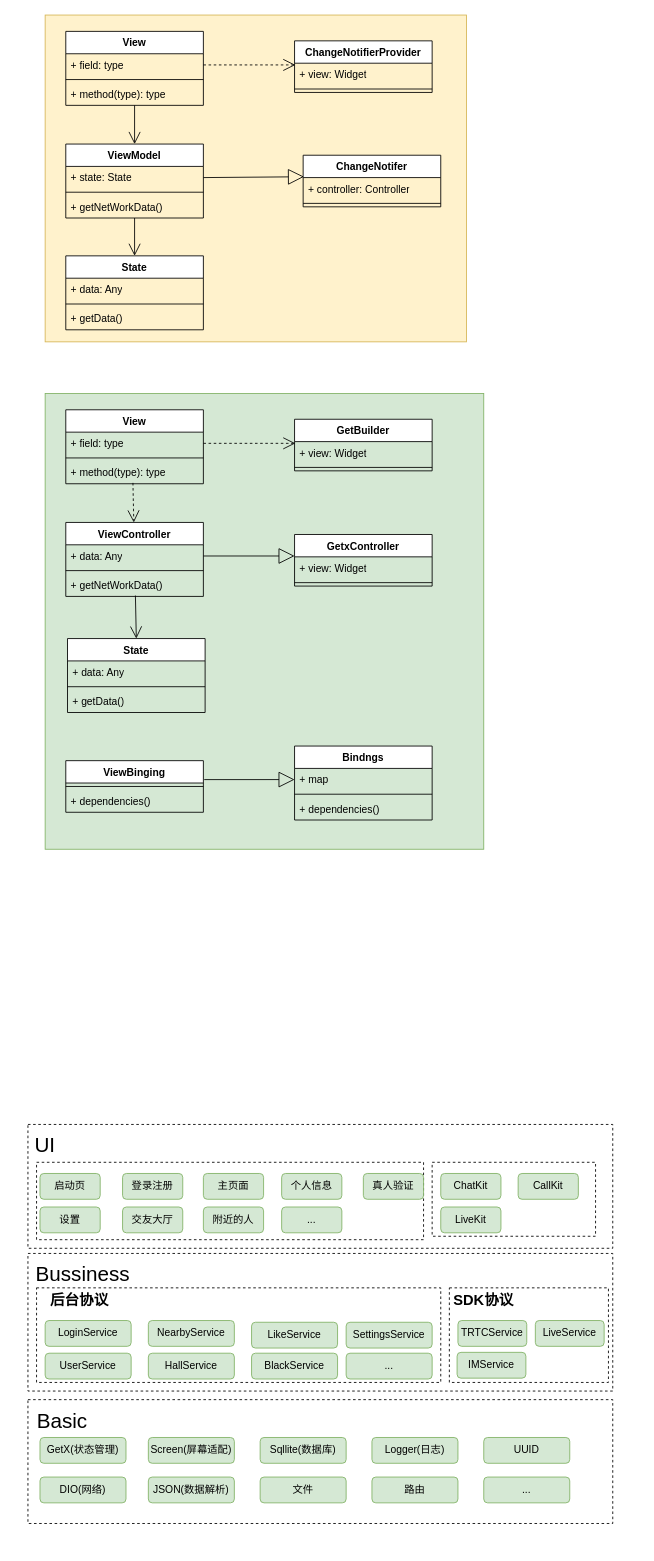
The draw.io diagram diagrams/1v1demo.drawio in paopaosecret/resources, before the edit. Source tidied: cells renumbered, new cells numbered last; positions are measured from the earlier drawing's top-left corner, leaving out a move shared by most shapes. Both pictures are drawn from the tidied source at 86%, with x=0, y=0 at pixel (19, 15).
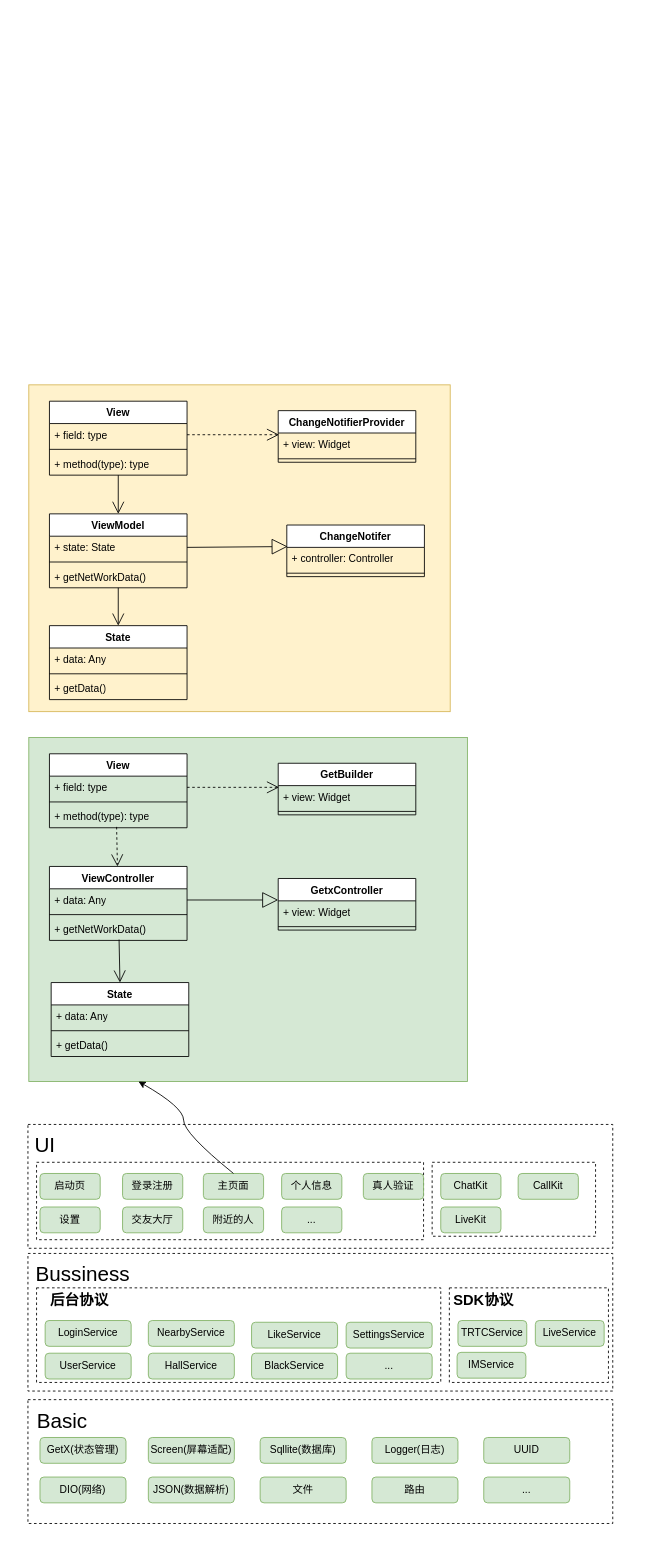
The same diagram, later.

Unchanged cells that the change refers to:
```xml
<mxCell id="95" value="主页面" style="rounded=1;whiteSpace=wrap;html=1;fillColor=#d5e8d4;strokeColor=#82b366;" parent="1" vertex="1">
  <mxGeometry x="214" y="1347" width="70" height="30" as="geometry" />
</mxCell>
```

Diff of the diagram source:
```diff
@@
     <mxCell id="2" style="rounded=0;whiteSpace=wrap;html=1;fillColor=#fff2cc;strokeColor=#d6b656;" parent="1" vertex="1">
-      <mxGeometry x="30" width="490" height="380" as="geometry" />
+      <mxGeometry x="11" y="430" width="490" height="380" as="geometry" />
     </mxCell>
     <mxCell id="3" value="View" style="swimlane;fontStyle=1;align=center;verticalAlign=top;horizontal=1;startSize=26;whiteSpace=wrap;html=1;" parent="1" vertex="1">
-      <mxGeometry x="54" y="19" width="160" height="86" as="geometry" />
+      <mxGeometry x="35" y="449" width="160" height="86" as="geometry" />
     </mxCell>
@@
     <mxCell id="7" value="ViewModel" style="swimlane;fontStyle=1;align=center;verticalAlign=top;horizontal=1;startSize=26;whiteSpace=wrap;html=1;" parent="1" vertex="1">
-      <mxGeometry x="54" y="150" width="160" height="86" as="geometry" />
+      <mxGeometry x="35" y="580" width="160" height="86" as="geometry" />
     </mxCell>
@@
     <mxCell id="12" value="State" style="swimlane;fontStyle=1;align=center;verticalAlign=top;horizontal=1;startSize=26;whiteSpace=wrap;html=1;" parent="1" vertex="1">
-      <mxGeometry x="54" y="280" width="160" height="86" as="geometry" />
+      <mxGeometry x="35" y="710" width="160" height="86" as="geometry" />
     </mxCell>
@@
     <mxCell id="17" value="ChangeNotifer" style="swimlane;fontStyle=1;align=center;verticalAlign=top;horizontal=1;startSize=26;whiteSpace=wrap;html=1;" parent="1" vertex="1">
-      <mxGeometry x="330" y="163" width="160" height="60" as="geometry" />
+      <mxGeometry x="311" y="593" width="160" height="60" as="geometry" />
     </mxCell>
@@
     <mxCell id="22" value="ChangeNotifierProvider" style="swimlane;fontStyle=1;align=center;verticalAlign=top;horizontal=1;startSize=26;whiteSpace=wrap;html=1;" parent="1" vertex="1">
-      <mxGeometry x="320" y="30" width="160" height="60" as="geometry" />
+      <mxGeometry x="301" y="460" width="160" height="60" as="geometry" />
     </mxCell>
@@
     <mxCell id="25" style="rounded=0;whiteSpace=wrap;html=1;fillColor=#d5e8d4;strokeColor=#82b366;" parent="1" vertex="1">
-      <mxGeometry x="30" y="440" width="510" height="530" as="geometry" />
+      <mxGeometry x="11" y="840" width="510" height="400" as="geometry" />
     </mxCell>
     <mxCell id="26" value="View" style="swimlane;fontStyle=1;align=center;verticalAlign=top;horizontal=1;startSize=26;whiteSpace=wrap;html=1;" parent="1" vertex="1">
-      <mxGeometry x="54" y="459" width="160" height="86" as="geometry" />
+      <mxGeometry x="35" y="859" width="160" height="86" as="geometry" />
     </mxCell>
@@
     <mxCell id="30" value="ViewController" style="swimlane;fontStyle=1;align=center;verticalAlign=top;horizontal=1;startSize=26;whiteSpace=wrap;html=1;" parent="1" vertex="1">
-      <mxGeometry x="54" y="590" width="160" height="86" as="geometry" />
+      <mxGeometry x="35" y="990" width="160" height="86" as="geometry" />
     </mxCell>
@@
     <mxCell id="36" value="GetBuilder" style="swimlane;fontStyle=1;align=center;verticalAlign=top;horizontal=1;startSize=26;whiteSpace=wrap;html=1;" parent="1" vertex="1">
-      <mxGeometry x="320" y="470" width="160" height="60" as="geometry" />
+      <mxGeometry x="301" y="870" width="160" height="60" as="geometry" />
     </mxCell>
@@
     <mxCell id="39" value="GetxController" style="swimlane;fontStyle=1;align=center;verticalAlign=top;horizontal=1;startSize=26;whiteSpace=wrap;html=1;" parent="1" vertex="1">
-      <mxGeometry x="320" y="604" width="160" height="60" as="geometry" />
+      <mxGeometry x="301" y="1004" width="160" height="60" as="geometry" />
     </mxCell>
@@
-    <mxCell id="42" value="ViewBinging" style="swimlane;fontStyle=1;align=center;verticalAlign=top;horizontal=1;startSize=26;whiteSpace=wrap;html=1;" parent="1" vertex="1">
-      <mxGeometry x="54" y="867" width="160" height="60" as="geometry" />
-    </mxCell>
-    <mxCell id="43" style="line;strokeWidth=1;fillColor=none;align=left;verticalAlign=middle;spacingTop=-1;spacingLeft=3;spacingRight=3;labelPosition=right;strokeColor=inherit;" parent="42" vertex="1">
-      <mxGeometry y="26" width="160" height="8" as="geometry" />
-    </mxCell>
-    <mxCell id="44" value="+&amp;nbsp;dependencies&lt;span style=&quot;background-color: initial;&quot;&gt;()&lt;/span&gt;" style="text;strokeColor=none;fillColor=none;align=left;verticalAlign=top;spacingLeft=4;spacingRight=4;overflow=hidden;whiteSpace=wrap;html=1;" parent="42" vertex="1">
-      <mxGeometry y="34" width="160" height="26" as="geometry" />
-    </mxCell>
-    <mxCell id="45" value="Bindngs" style="swimlane;fontStyle=1;align=center;verticalAlign=top;horizontal=1;startSize=26;whiteSpace=wrap;html=1;" parent="1" vertex="1">
-      <mxGeometry x="320" y="850" width="160" height="86" as="geometry" />
-    </mxCell>
-    <mxCell id="46" value="+ map" style="text;strokeColor=none;fillColor=none;align=left;verticalAlign=top;spacingLeft=4;spacingRight=4;overflow=hidden;points=[[0,0.5],[1,0.5]];portConstraint=eastwest;whiteSpace=wrap;html=1;" parent="45" vertex="1">
-      <mxGeometry y="26" width="160" height="26" as="geometry" />
-    </mxCell>
-    <mxCell id="47" style="line;strokeWidth=1;fillColor=none;align=left;verticalAlign=middle;spacingTop=-1;spacingLeft=3;spacingRight=3;labelPosition=right;strokeColor=inherit;" parent="45" vertex="1">
-      <mxGeometry y="52" width="160" height="8" as="geometry" />
-    </mxCell>
-    <mxCell id="48" value="+&amp;nbsp;dependencies()" style="text;strokeColor=none;fillColor=none;align=left;verticalAlign=top;spacingLeft=4;spacingRight=4;overflow=hidden;whiteSpace=wrap;html=1;" parent="45" vertex="1">
-      <mxGeometry y="60" width="160" height="26" as="geometry" />
-    </mxCell>
-    <mxCell id="49" style="endArrow=block;endSize=16;endFill=0;html=1;rounded=0;exitX=1.006;exitY=0.367;exitDx=0;exitDy=0;exitPerimeter=0;entryX=0;entryY=0.5;entryDx=0;entryDy=0;" parent="1" edge="1" source="42" target="46">
-      <mxGeometry relative="1" as="geometry" />
-    </mxCell>
@@
     <mxCell id="51" value="State" style="swimlane;fontStyle=1;align=center;verticalAlign=top;horizontal=1;startSize=26;whiteSpace=wrap;html=1;" parent="1" vertex="1">
-      <mxGeometry x="56" y="725" width="160" height="86" as="geometry" />
+      <mxGeometry x="37" y="1125" width="160" height="86" as="geometry" />
     </mxCell>
@@
     <mxCell id="56" style="rounded=0;whiteSpace=wrap;html=1;dashed=1;strokeColor=#FFFFFF;" parent="1" vertex="1">
-      <mxGeometry x="10" y="1270" width="710" height="510" as="geometry" />
+      <mxGeometry x="-5" y="1265" width="710" height="510" as="geometry" />
     </mxCell>
@@
+    <mxCell id="102" style="curved=1;endArrow=classic;html=1;rounded=0;entryX=0.25;entryY=1;entryDx=0;entryDy=0;exitX=0.5;exitY=0;exitDx=0;exitDy=0;" parent="1" edge="1" source="95" target="25">
+      <mxGeometry relative="1" as="geometry">
+        <Array as="points">
+          <mxPoint x="191" y="1300" />
+          <mxPoint x="191" y="1270" />
+        </Array>
+      </mxGeometry>
+    </mxCell>
```
